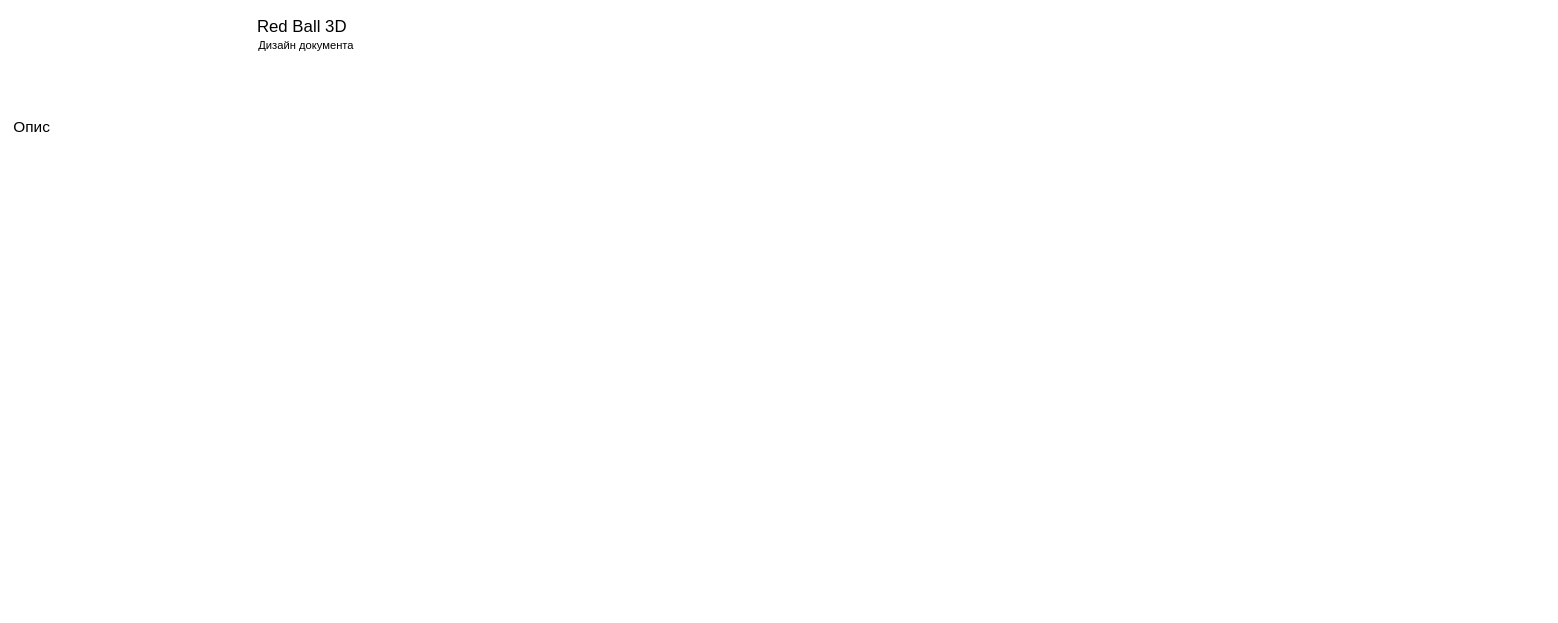
Above: page "Основна концепція" (1 of 2) of Assets/Дизайн документу.drawio in famousfims/MyFinalProgect (draw.io), before the change. Source tidied: cells renumbered, new cells numbered last; positions are measured from the earlier drawing's top-left corner, leaving out a move shared by most shapes. Both pictures are drawn from the tidied source at 70%, with x=0, y=0 at pixel (12, 12).
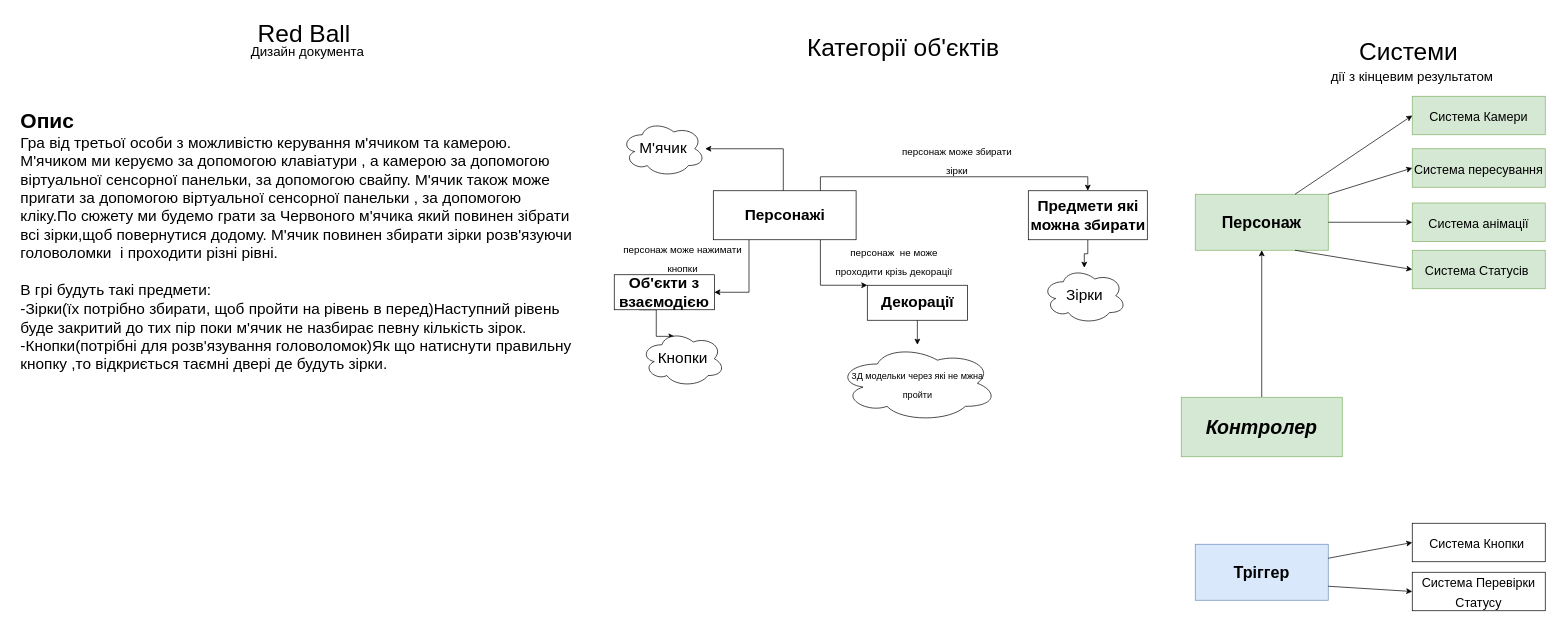
Above is the later version.

Change to the diagram source:
```diff
@@
-    <mxCell id="2" value="Red Ball 3D" style="text;html=1;strokeColor=none;fillColor=none;align=center;verticalAlign=middle;whiteSpace=wrap;rounded=0;fontSize=24;" parent="1" vertex="1">
-      <mxGeometry x="259" width="310" height="40" as="geometry" />
+    <mxCell id="2" value="&lt;font style=&quot;font-size: 35px;&quot;&gt;Red Ball&amp;nbsp;&lt;/font&gt;" style="text;html=1;strokeColor=none;fillColor=none;align=center;verticalAlign=middle;whiteSpace=wrap;rounded=0;fontSize=24;" parent="1" vertex="1">
+      <mxGeometry x="267" y="10" width="310" height="40" as="geometry" />
     </mxCell>
-    <mxCell id="3" value="&lt;font style=&quot;font-size: 16px;&quot;&gt;Дизайн документа&lt;/font&gt;" style="text;html=1;strokeColor=none;fillColor=none;align=center;verticalAlign=middle;whiteSpace=wrap;rounded=0;fontSize=24;" parent="1" vertex="1">
-      <mxGeometry x="290" y="30" width="260" height="30" as="geometry" />
+    <mxCell id="3" value="&lt;font style=&quot;font-size: 19px;&quot;&gt;Дизайн документа&lt;/font&gt;" style="text;html=1;strokeColor=none;fillColor=none;align=center;verticalAlign=middle;whiteSpace=wrap;rounded=0;fontSize=24;" parent="1" vertex="1">
+      <mxGeometry x="292" y="40" width="260" height="30" as="geometry" />
     </mxCell>
-    <mxCell id="4" value="&lt;div style=&quot;&quot;&gt;&lt;span style=&quot;background-color: initial;&quot;&gt;&lt;font style=&quot;font-size: 22px;&quot;&gt;Опис&lt;/font&gt;&lt;/span&gt;&lt;/div&gt;" style="text;html=1;strokeColor=none;fillColor=none;align=left;verticalAlign=middle;whiteSpace=wrap;rounded=0;fontSize=16;" parent="1" vertex="1">
-      <mxGeometry y="10" width="834" height="310" as="geometry" />
+    <mxCell id="4" value="&lt;div style=&quot;&quot;&gt;&lt;span style=&quot;background-color: initial;&quot;&gt;&lt;font size=&quot;1&quot; style=&quot;&quot;&gt;&lt;b style=&quot;font-size: 30px;&quot;&gt;Опис&lt;/b&gt;&lt;/font&gt;&lt;/span&gt;&lt;/div&gt;&lt;div style=&quot;font-size: 22px;&quot;&gt;&lt;font style=&quot;font-size: 22px;&quot;&gt;Гра від третьої особи з можливістю керування м'ячиком та камерою. М'ячиком ми керуємо за допомогою клавіатури , а камерою за допомогою віртуальної сенсорної панельки, за допомогою свайпу. М'ячик також може пригати за допомогою віртуальної сенсорної панельки , за допомогою кліку.По сюжету ми будемо грати за Червоного м'ячика який повинен зібрати всі зірки,щоб повернутися додому. М'ячик повинен збирати зірки розв'язуючи головоломки&amp;nbsp; і проходити різні рівні.&lt;/font&gt;&lt;/div&gt;&lt;div style=&quot;font-size: 22px;&quot;&gt;&lt;font style=&quot;font-size: 22px;&quot;&gt;&lt;br&gt;&lt;/font&gt;&lt;/div&gt;&lt;div style=&quot;font-size: 22px;&quot;&gt;&lt;font style=&quot;font-size: 22px;&quot;&gt;В грі будуть такі предмети:&lt;/font&gt;&lt;/div&gt;&lt;div style=&quot;font-size: 22px;&quot;&gt;&lt;font style=&quot;font-size: 22px;&quot;&gt;-Зірки(їх потрібно збирати, щоб пройти на рівень в перед)Наступний рівень буде закритий до тих пір поки м'ячик не назбирає певну кількість зірок.&lt;/font&gt;&lt;/div&gt;&lt;div style=&quot;font-size: 22px;&quot;&gt;&lt;font style=&quot;font-size: 22px;&quot;&gt;-Кнопки(потрібні для розв'язування головоломок)Як що натиснути правильну кнопку ,то відкриється таємні двері де будуть зірки.&lt;/font&gt;&lt;/div&gt;&lt;div style=&quot;font-size: 22px;&quot;&gt;&lt;span style=&quot;background-color: initial;&quot;&gt;&lt;font style=&quot;font-size: 22px;&quot;&gt;&lt;br&gt;&lt;/font&gt;&lt;/span&gt;&lt;/div&gt;" style="text;html=1;strokeColor=none;fillColor=none;align=left;verticalAlign=middle;whiteSpace=wrap;rounded=0;fontSize=16;" parent="1" vertex="1">
+      <mxGeometry x="10" y="90" width="790" height="500" as="geometry" />
     </mxCell>
+    <mxCell id="5" value="&lt;span style=&quot;font-size: 35px;&quot;&gt;Категорії об'єктів&lt;/span&gt;" style="text;html=1;strokeColor=none;fillColor=none;align=center;verticalAlign=middle;whiteSpace=wrap;rounded=0;fontSize=24;" parent="1" vertex="1">
+      <mxGeometry x="1118" y="30" width="310" height="40" as="geometry" />
+    </mxCell>
+    <mxCell id="6" style="edgeStyle=orthogonalEdgeStyle;rounded=0;jettySize=auto;html=1;exitX=0.25;exitY=1;exitDx=0;exitDy=0;entryX=1;entryY=0.5;entryDx=0;entryDy=0;fontSize=22;" parent="1" edge="1" source="10" target="14">
+      <mxGeometry relative="1" as="geometry">
+        <Array as="points">
+          <mxPoint x="1052" y="400" />
+        </Array>
+      </mxGeometry>
+    </mxCell>
+    <mxCell id="7" style="edgeStyle=orthogonalEdgeStyle;rounded=0;jettySize=auto;html=1;exitX=0.75;exitY=1;exitDx=0;exitDy=0;entryX=0;entryY=0;entryDx=0;entryDy=0;fontSize=22;" parent="1" edge="1" source="10" target="16">
+      <mxGeometry relative="1" as="geometry">
+        <Array as="points">
+          <mxPoint x="1154.5" y="390" />
+          <mxPoint x="1211.5" y="390" />
+        </Array>
+      </mxGeometry>
+    </mxCell>
+    <mxCell id="8" style="edgeStyle=orthogonalEdgeStyle;rounded=0;jettySize=auto;html=1;" parent="1" edge="1" source="10" target="21">
+      <mxGeometry relative="1" as="geometry">
+        <Array as="points">
+          <mxPoint x="1101.5" y="195" />
+        </Array>
+      </mxGeometry>
+    </mxCell>
+    <mxCell id="9" style="edgeStyle=orthogonalEdgeStyle;rounded=0;jettySize=auto;html=1;exitX=0.75;exitY=0;exitDx=0;exitDy=0;entryX=0.5;entryY=0;entryDx=0;entryDy=0;fontSize=13;" parent="1" edge="1" source="10" target="12">
+      <mxGeometry relative="1" as="geometry" />
+    </mxCell>
+    <mxCell id="10" value="&lt;b&gt;Персонажі&lt;/b&gt;" style="rounded=0;whiteSpace=wrap;html=1;fontSize=22;" parent="1" vertex="1">
+      <mxGeometry x="1001.5" y="255" width="204" height="70" as="geometry" />
+    </mxCell>
+    <mxCell id="11" style="edgeStyle=orthogonalEdgeStyle;rounded=0;jettySize=auto;html=1;exitX=0.5;exitY=1;exitDx=0;exitDy=0;" parent="1" edge="1" source="12" target="19">
+      <mxGeometry relative="1" as="geometry" />
+    </mxCell>
+    <mxCell id="12" value="&lt;b&gt;Предмети які можна збирати&lt;/b&gt;" style="rounded=0;whiteSpace=wrap;html=1;fontSize=22;" parent="1" vertex="1">
+      <mxGeometry x="1451.5" y="255" width="170" height="70" as="geometry" />
+    </mxCell>
+    <mxCell id="13" style="edgeStyle=orthogonalEdgeStyle;rounded=0;jettySize=auto;html=1;entryX=0.4;entryY=0.1;entryDx=0;entryDy=0;entryPerimeter=0;exitX=0.25;exitY=1;exitDx=0;exitDy=0;" parent="1" edge="1" source="14" target="20">
+      <mxGeometry relative="1" as="geometry">
+        <Array as="points">
+          <mxPoint x="920" y="425" />
+          <mxPoint x="920" y="463" />
+        </Array>
+      </mxGeometry>
+    </mxCell>
+    <mxCell id="14" value="&lt;b&gt;Об'єкти з взаємодією&lt;/b&gt;" style="rounded=0;whiteSpace=wrap;html=1;fontSize=22;" parent="1" vertex="1">
+      <mxGeometry x="860" y="375" width="143" height="50" as="geometry" />
+    </mxCell>
+    <mxCell id="15" style="edgeStyle=orthogonalEdgeStyle;rounded=0;jettySize=auto;html=1;" parent="1" edge="1" source="16" target="22">
+      <mxGeometry relative="1" as="geometry" />
+    </mxCell>
+    <mxCell id="16" value="&lt;b&gt;Декорації&lt;/b&gt;" style="rounded=0;whiteSpace=wrap;html=1;fontSize=22;" parent="1" vertex="1">
+      <mxGeometry x="1221.5" y="390" width="143" height="50" as="geometry" />
+    </mxCell>
+    <mxCell id="17" value="&lt;font style=&quot;font-size: 14px;&quot;&gt;персонаж може збирати зірки&lt;/font&gt;" style="text;html=1;strokeColor=none;fillColor=none;align=center;verticalAlign=middle;whiteSpace=wrap;rounded=0;fontSize=22;" parent="1" vertex="1">
+      <mxGeometry x="1261.5" y="195" width="176" height="30" as="geometry" />
+    </mxCell>
+    <mxCell id="18" value="&lt;font style=&quot;font-size: 14px;&quot;&gt;персонаж&amp;nbsp; не може проходити крізь декорації&lt;/font&gt;" style="text;html=1;strokeColor=none;fillColor=none;align=center;verticalAlign=middle;whiteSpace=wrap;rounded=0;fontSize=22;" parent="1" vertex="1">
+      <mxGeometry x="1171.5" y="335" width="176" height="40" as="geometry" />
+    </mxCell>
+    <mxCell id="19" value="Зірки" style="ellipse;shape=cloud;whiteSpace=wrap;html=1;fontSize=22;rounded=0;" parent="1" vertex="1">
+      <mxGeometry x="1471.5" y="365" width="120" height="80" as="geometry" />
+    </mxCell>
+    <mxCell id="20" value="Кнопки" style="ellipse;shape=cloud;whiteSpace=wrap;html=1;fontSize=22;rounded=0;" parent="1" vertex="1">
+      <mxGeometry x="898" y="455" width="120" height="80" as="geometry" />
+    </mxCell>
+    <mxCell id="21" value="М'ячик" style="ellipse;shape=cloud;whiteSpace=wrap;html=1;fontSize=22;rounded=0;" parent="1" vertex="1">
+      <mxGeometry x="870" y="155" width="120" height="80" as="geometry" />
+    </mxCell>
+    <mxCell id="22" value="&lt;font style=&quot;font-size: 13px;&quot;&gt;3Д модельки через які не мжна пройти&lt;/font&gt;" style="ellipse;shape=cloud;whiteSpace=wrap;html=1;fontSize=22;rounded=0;" parent="1" vertex="1">
+      <mxGeometry x="1178.8" y="475" width="228.5" height="110" as="geometry" />
+    </mxCell>
+    <mxCell id="23" value="&lt;font style=&quot;font-size: 14px;&quot;&gt;персонаж може нажимати кнопки&lt;/font&gt;" style="text;html=1;strokeColor=none;fillColor=none;align=center;verticalAlign=middle;whiteSpace=wrap;rounded=0;fontSize=22;" parent="1" vertex="1">
+      <mxGeometry x="870" y="335" width="176" height="30" as="geometry" />
+    </mxCell>
+    <mxCell id="24" value="&lt;span style=&quot;font-size: 35px;&quot;&gt;Системи&lt;/span&gt;" style="text;html=1;strokeColor=none;fillColor=none;align=center;verticalAlign=middle;whiteSpace=wrap;rounded=0;fontSize=24;" parent="1" vertex="1">
+      <mxGeometry x="1840" y="35" width="310" height="40" as="geometry" />
+    </mxCell>
+    <mxCell id="25" value="&lt;span style=&quot;font-size: 19px;&quot;&gt;дії з кінцевим результатом&lt;br&gt;&lt;/span&gt;" style="text;html=1;strokeColor=none;fillColor=none;align=center;verticalAlign=middle;whiteSpace=wrap;rounded=0;fontSize=24;" parent="1" vertex="1">
+      <mxGeometry x="1870" y="75" width="260" height="30" as="geometry" />
+    </mxCell>
+    <mxCell id="26" value="&lt;font style=&quot;font-size: 23px;&quot;&gt;&lt;b&gt;Персонаж&lt;/b&gt;&lt;/font&gt;" style="rounded=0;whiteSpace=wrap;html=1;fontSize=13;fillColor=#d5e8d4;strokeColor=#82b366;" parent="1" vertex="1">
+      <mxGeometry x="1690" y="260" width="190" height="80" as="geometry" />
+    </mxCell>
+    <mxCell id="27" value="&lt;font style=&quot;font-size: 18px;&quot;&gt;Система пересування&lt;/font&gt;" style="rounded=0;whiteSpace=wrap;html=1;fontSize=23;fillColor=#d5e8d4;strokeColor=#82b366;" parent="1" vertex="1">
+      <mxGeometry x="2000" y="195" width="190" height="55" as="geometry" />
+    </mxCell>
+    <mxCell id="28" value="&lt;font style=&quot;font-size: 18px;&quot;&gt;Система анімації&lt;/font&gt;" style="rounded=0;whiteSpace=wrap;html=1;fontSize=23;fillColor=#d5e8d4;strokeColor=#82b366;" parent="1" vertex="1">
+      <mxGeometry x="2000" y="272.5" width="190" height="55" as="geometry" />
+    </mxCell>
+    <mxCell id="29" style="endArrow=classic;html=1;rounded=0;fontSize=18;exitX=1;exitY=0;exitDx=0;exitDy=0;entryX=0;entryY=0.5;entryDx=0;entryDy=0;" parent="1" edge="1" source="26" target="27">
+      <mxGeometry relative="1" as="geometry" />
+    </mxCell>
+    <mxCell id="30" style="endArrow=classic;html=1;rounded=0;fontSize=18;exitX=1;exitY=0.5;exitDx=0;exitDy=0;entryX=0;entryY=0.5;entryDx=0;entryDy=0;" parent="1" edge="1" source="26" target="28">
+      <mxGeometry relative="1" as="geometry" />
+    </mxCell>
+    <mxCell id="31" style="edgeStyle=orthogonalEdgeStyle;rounded=0;jettySize=auto;html=1;entryX=0.5;entryY=1;entryDx=0;entryDy=0;fontSize=28;" parent="1" edge="1" source="32" target="26">
+      <mxGeometry relative="1" as="geometry" />
+    </mxCell>
+    <mxCell id="32" value="&lt;font style=&quot;font-size: 28px;&quot;&gt;&lt;b&gt;&lt;i&gt;Контролер&lt;/i&gt;&lt;/b&gt;&lt;/font&gt;" style="rounded=0;whiteSpace=wrap;html=1;fontSize=18;fillColor=#d5e8d4;strokeColor=#82b366;" parent="1" vertex="1">
+      <mxGeometry x="1670" y="550" width="230" height="85" as="geometry" />
+    </mxCell>
+    <mxCell id="33" value="&lt;span style=&quot;font-size: 23px;&quot;&gt;&lt;b&gt;Тріггер&lt;/b&gt;&lt;/span&gt;" style="rounded=0;whiteSpace=wrap;html=1;fontSize=13;fillColor=#dae8fc;strokeColor=#6c8ebf;" parent="1" vertex="1">
+      <mxGeometry x="1690" y="760" width="190" height="80" as="geometry" />
+    </mxCell>
+    <mxCell id="34" value="&lt;font style=&quot;font-size: 18px;&quot;&gt;Система Кнопки&amp;nbsp;&lt;/font&gt;" style="rounded=0;whiteSpace=wrap;html=1;fontSize=23;" parent="1" vertex="1">
+      <mxGeometry x="2000" y="730" width="190" height="55" as="geometry" />
+    </mxCell>
+    <mxCell id="35" value="&lt;font style=&quot;font-size: 18px;&quot;&gt;Система Перевірки Статусу&lt;/font&gt;" style="rounded=0;whiteSpace=wrap;html=1;fontSize=23;" parent="1" vertex="1">
+      <mxGeometry x="2000" y="800" width="190" height="55" as="geometry" />
+    </mxCell>
+    <mxCell id="36" style="endArrow=classic;html=1;rounded=0;fontSize=28;exitX=1;exitY=0.25;exitDx=0;exitDy=0;entryX=0;entryY=0.5;entryDx=0;entryDy=0;" parent="1" edge="1" source="33" target="34">
+      <mxGeometry relative="1" as="geometry" />
+    </mxCell>
+    <mxCell id="37" style="endArrow=classic;html=1;rounded=0;fontSize=28;exitX=1;exitY=0.75;exitDx=0;exitDy=0;entryX=0;entryY=0.5;entryDx=0;entryDy=0;" parent="1" edge="1" source="33" target="35">
+      <mxGeometry relative="1" as="geometry" />
+    </mxCell>
+    <mxCell id="38" value="&lt;font style=&quot;font-size: 18px;&quot;&gt;Система Статусів&amp;nbsp;&lt;/font&gt;" style="rounded=0;whiteSpace=wrap;html=1;fontSize=23;fillColor=#d5e8d4;strokeColor=#82b366;" parent="1" vertex="1">
+      <mxGeometry x="2000" y="340" width="190" height="55" as="geometry" />
+    </mxCell>
+    <mxCell id="39" style="endArrow=classic;html=1;rounded=0;fontSize=36;exitX=0.75;exitY=1;exitDx=0;exitDy=0;entryX=0;entryY=0.5;entryDx=0;entryDy=0;" parent="1" edge="1" source="26" target="38">
+      <mxGeometry relative="1" as="geometry" />
+    </mxCell>
+    <mxCell id="40" value="&lt;font style=&quot;font-size: 18px;&quot;&gt;Система Камери&lt;/font&gt;" style="rounded=0;whiteSpace=wrap;html=1;fontSize=23;fillColor=#d5e8d4;strokeColor=#82b366;" parent="1" vertex="1">
+      <mxGeometry x="2000" y="120" width="190" height="55" as="geometry" />
+    </mxCell>
+    <mxCell id="41" style="endArrow=classic;html=1;rounded=0;fontSize=15;exitX=0.75;exitY=0;exitDx=0;exitDy=0;entryX=0;entryY=0.5;entryDx=0;entryDy=0;" parent="1" edge="1" source="26" target="40">
+      <mxGeometry relative="1" as="geometry" />
+    </mxCell>
```
